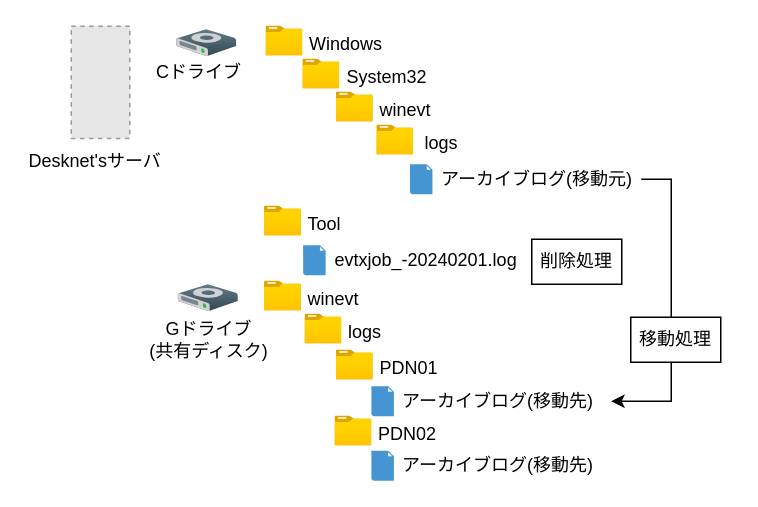
Before: evtxjobイメージ図.drawio in reizo0901/drawio, a draw.io diagram. Source tidied: cells renumbered, new cells numbered last; positions are measured from the earlier drawing's top-left corner, leaving out a move shared by most shapes. Both pictures are drawn from the tidied source at 150%, with x=0, y=0 at pixel (26, 26). Pictures stored in the file or linked from it are replaced by grey dashed boxes.
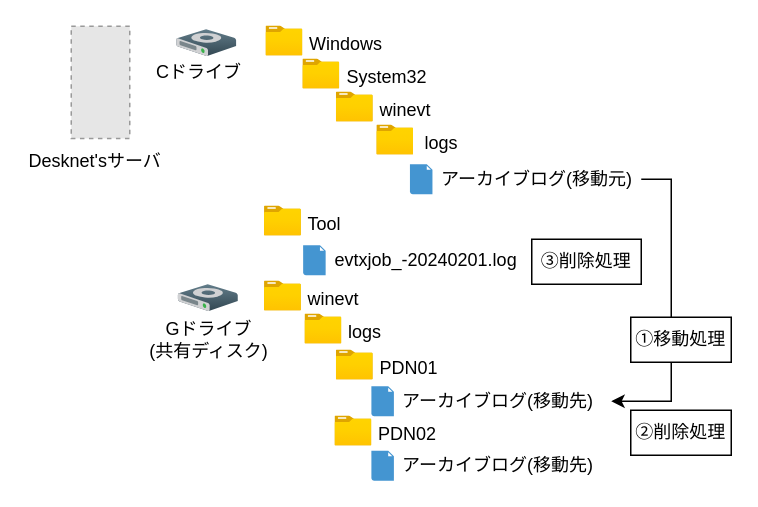
After the change.

Commit message (it also covers changes not shown here):
evtxjobイメージ図.drawio を更新します

Change to the diagram source:
```diff
@@
-    <mxCell id="44" value="移動処理" style="text;html=1;align=center;verticalAlign=middle;whiteSpace=wrap;rounded=0;strokeColor=default;fillColor=default;" parent="1" vertex="1">
-      <mxGeometry x="403" y="194" width="60" height="30" as="geometry" />
+    <mxCell id="44" value="①移動処理" style="text;html=1;align=center;verticalAlign=middle;whiteSpace=wrap;rounded=0;strokeColor=default;fillColor=default;" parent="1" vertex="1">
+      <mxGeometry x="403" y="194" width="67" height="30" as="geometry" />
     </mxCell>
-    <mxCell id="45" value="削除処理" style="text;html=1;align=center;verticalAlign=middle;whiteSpace=wrap;rounded=0;strokeColor=default;fillColor=default;" parent="1" vertex="1">
-      <mxGeometry x="337" y="142" width="60" height="30" as="geometry" />
+    <mxCell id="45" value="③削除処理" style="text;html=1;align=center;verticalAlign=middle;whiteSpace=wrap;rounded=0;strokeColor=default;fillColor=default;" parent="1" vertex="1">
+      <mxGeometry x="337" y="142" width="73" height="30" as="geometry" />
     </mxCell>
@@
+    <mxCell id="47" value="②削除処理" style="text;html=1;align=center;verticalAlign=middle;whiteSpace=wrap;rounded=0;strokeColor=default;fillColor=default;" parent="1" vertex="1">
+      <mxGeometry x="403" y="256" width="67" height="30" as="geometry" />
+    </mxCell>
```
